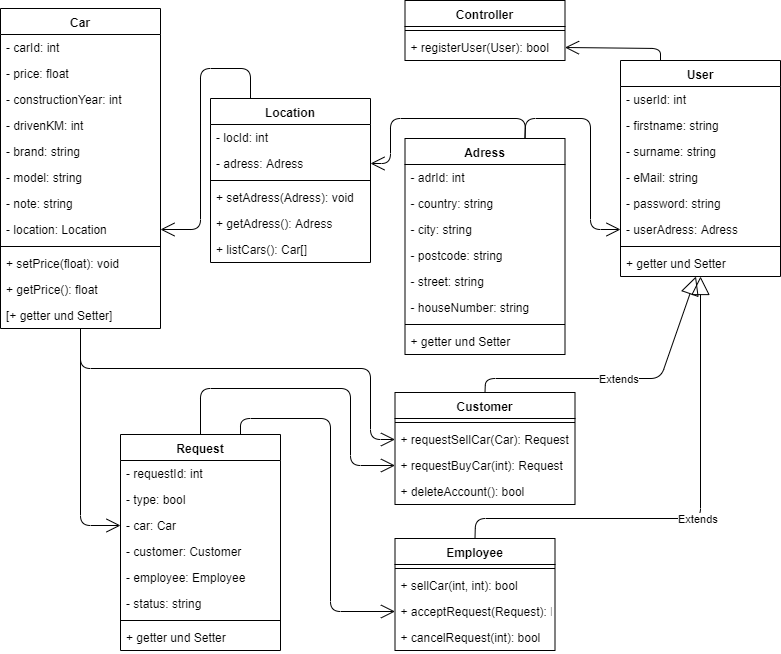
This is readmeFiles/Klassendiagramm.png from fh-erfurt/1234Altwagen, a draw.io export, as it was before one commit. Source tidied: cells renumbered, new cells last; positions are measured from the earlier drawing's top-left corner, leaving out a move shared by most shapes.
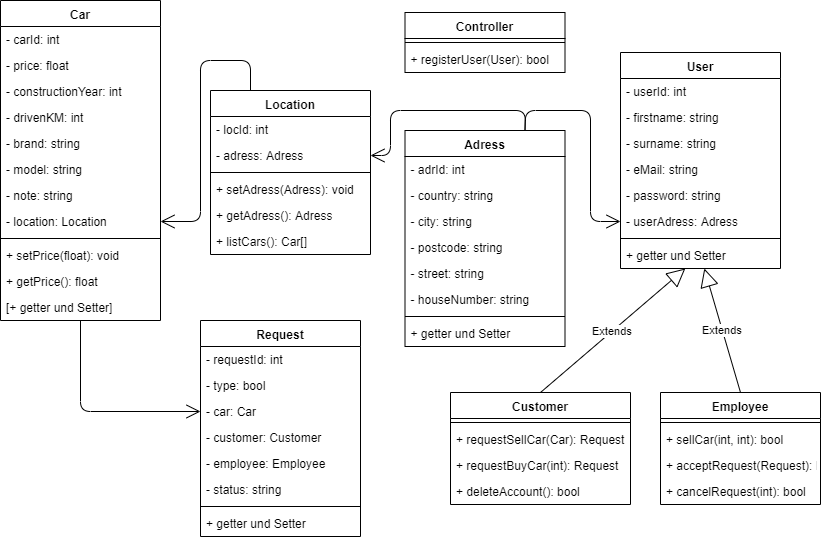
After the commit.

The edit, as a diff of the source:
```diff
@@ -3,7 +3,7 @@
     <mxCell id="0" />
     <mxCell id="1" parent="0" />
     <mxCell id="2" value="Car" style="swimlane;fontStyle=1;align=center;verticalAlign=top;horizontal=1;startSize=26;" parent="1" vertex="1">
-      <mxGeometry y="8" width="160" height="320" as="geometry" />
+      <mxGeometry x="-20" y="-4" width="160" height="320" as="geometry" />
     </mxCell>
     <mxCell id="3" value="- carId: int" style="text;strokeColor=none;fillColor=none;align=left;verticalAlign=top;spacingLeft=4;spacingRight=4;overflow=hidden;" parent="2" vertex="1">
       <mxGeometry y="26" width="160" height="26" as="geometry" />
@@ -42,7 +42,7 @@
       <mxGeometry y="294" width="160" height="26" as="geometry" />
     </mxCell>
     <mxCell id="15" value="User" style="swimlane;fontStyle=1;align=center;verticalAlign=top;horizontal=1;startSize=26;" parent="1" vertex="1">
-      <mxGeometry x="620" y="60" width="160" height="216" as="geometry" />
+      <mxGeometry x="600" y="48" width="160" height="216" as="geometry" />
     </mxCell>
     <mxCell id="16" value="- userId: int" style="text;strokeColor=none;fillColor=none;align=left;verticalAlign=top;spacingLeft=4;spacingRight=4;overflow=hidden;" parent="15" vertex="1">
       <mxGeometry y="26" width="160" height="26" as="geometry" />
@@ -62,14 +62,14 @@
     <mxCell id="21" value="- userAdress: Adress" style="text;strokeColor=none;fillColor=none;align=left;verticalAlign=top;spacingLeft=4;spacingRight=4;overflow=hidden;points=[[0,0.5],[1,0.5]];portConstraint=eastwest;" parent="15" vertex="1">
       <mxGeometry y="156" width="160" height="26" as="geometry" />
     </mxCell>
-    <mxCell id="22" style="line;strokeWidth=1;fillColor=none;align=left;verticalAlign=middle;spacingTop=-1;spacingLeft=3;spacingRight=3;labelPosition=right;" parent="15" vertex="1">
-      <mxGeometry y="182" width="160" height="8" as="geometry" />
-    </mxCell>
-    <mxCell id="23" value="+ getter und Setter" style="text;strokeColor=none;fillColor=none;align=left;verticalAlign=top;spacingLeft=4;spacingRight=4;overflow=hidden;points=[[0,0.5],[1,0.5]];portConstraint=eastwest;" parent="15" vertex="1">
-      <mxGeometry y="190" width="160" height="26" as="geometry" />
-    </mxCell>
+    <mxCell id="72" style="line;strokeWidth=1;fillColor=none;align=left;verticalAlign=middle;spacingTop=-1;spacingLeft=3;spacingRight=3;labelPosition=right;" parent="15" vertex="1">
+      <mxGeometry y="182" width="160" height="8" as="geometry" />
+    </mxCell>
+    <mxCell id="73" value="+ getter und Setter" style="text;strokeColor=none;fillColor=none;align=left;verticalAlign=top;spacingLeft=4;spacingRight=4;overflow=hidden;points=[[0,0.5],[1,0.5]];portConstraint=eastwest;" parent="15" vertex="1">
+      <mxGeometry y="190" width="160" height="26" as="geometry" />
+    </mxCell>
     <mxCell id="24" value="Customer" style="swimlane;fontStyle=1;align=center;verticalAlign=top;horizontal=1;startSize=26;" parent="1" vertex="1">
-      <mxGeometry x="394.5" y="392" width="180" height="112" as="geometry" />
+      <mxGeometry x="430" y="388" width="180" height="112" as="geometry" />
     </mxCell>
     <mxCell id="25" style="line;strokeWidth=1;fillColor=none;align=left;verticalAlign=middle;spacingTop=-1;spacingLeft=3;spacingRight=3;labelPosition=right;" parent="24" vertex="1">
       <mxGeometry y="26" width="180" height="8" as="geometry" />
@@ -84,11 +84,11 @@
       <mxGeometry y="86" width="180" height="26" as="geometry" />
     </mxCell>
     <mxCell id="29" value="Employee" style="swimlane;fontStyle=1;align=center;verticalAlign=top;horizontal=1;startSize=26;" parent="1" vertex="1">
-      <mxGeometry x="394.5" y="538" width="160" height="112" as="geometry" />
+      <mxGeometry x="640" y="388" width="160" height="112" as="geometry" />
     </mxCell>
-    <mxCell id="30" style="line;strokeWidth=1;fillColor=none;align=left;verticalAlign=middle;spacingTop=-1;spacingLeft=3;spacingRight=3;labelPosition=right;" parent="29" vertex="1">
-      <mxGeometry y="26" width="160" height="8" as="geometry" />
-    </mxCell>
+    <mxCell id="74" style="line;strokeWidth=1;fillColor=none;align=left;verticalAlign=middle;spacingTop=-1;spacingLeft=3;spacingRight=3;labelPosition=right;" parent="29" vertex="1">
+      <mxGeometry y="26" width="160" height="8" as="geometry" />
+    </mxCell>
     <mxCell id="31" value="+ sellCar(int, int): bool" style="text;strokeColor=none;fillColor=none;align=left;verticalAlign=top;spacingLeft=4;spacingRight=4;overflow=hidden;" parent="29" vertex="1">
       <mxGeometry y="34" width="160" height="26" as="geometry" />
     </mxCell>
@@ -98,33 +98,23 @@
     <mxCell id="33" value="+ cancelRequest(int): bool" style="text;strokeColor=none;fillColor=none;align=left;verticalAlign=top;spacingLeft=4;spacingRight=4;overflow=hidden;" parent="29" vertex="1">
       <mxGeometry y="86" width="160" height="26" as="geometry" />
     </mxCell>
-    <mxCell id="34" value="Extends" style="endArrow=block;endSize=16;endFill=0;html=1;exitX=0.5;exitY=0;exitDx=0;exitDy=0;" parent="1" edge="1" source="24" target="23">
-      <mxGeometry relative="1" as="geometry">
-        <Array as="points">
-          <mxPoint x="485" y="378" />
-          <mxPoint x="660" y="378" />
-        </Array>
-      </mxGeometry>
-    </mxCell>
-    <mxCell id="35" value="Extends" style="endArrow=block;endSize=16;endFill=0;html=1;exitX=0.5;exitY=0;exitDx=0;exitDy=0;" parent="1" edge="1" source="29" target="23">
-      <mxGeometry relative="1" as="geometry">
-        <Array as="points">
-          <mxPoint x="475" y="518" />
-          <mxPoint x="700" y="518" />
-        </Array>
-      </mxGeometry>
-    </mxCell>
+    <mxCell id="75" value="Extends" style="endArrow=block;endSize=16;endFill=0;html=1;exitX=0.5;exitY=0;exitDx=0;exitDy=0;" parent="1" edge="1" source="24" target="73">
+      <mxGeometry relative="1" as="geometry" />
+    </mxCell>
+    <mxCell id="76" value="Extends" style="endArrow=block;endSize=16;endFill=0;html=1;exitX=0.5;exitY=0;exitDx=0;exitDy=0;" parent="1" edge="1" source="29" target="73">
+      <mxGeometry relative="1" as="geometry" />
+    </mxCell>
     <mxCell id="36" value="Controller" style="swimlane;fontStyle=1;align=center;verticalAlign=top;horizontal=1;startSize=26;" parent="1" vertex="1">
-      <mxGeometry x="404.5" width="160" height="60" as="geometry" />
+      <mxGeometry x="384.5" y="8" width="160" height="60" as="geometry" />
     </mxCell>
-    <mxCell id="37" style="line;strokeWidth=1;fillColor=none;align=left;verticalAlign=middle;spacingTop=-1;spacingLeft=3;spacingRight=3;labelPosition=right;" parent="36" vertex="1">
-      <mxGeometry y="26" width="160" height="8" as="geometry" />
-    </mxCell>
+    <mxCell id="77" style="line;strokeWidth=1;fillColor=none;align=left;verticalAlign=middle;spacingTop=-1;spacingLeft=3;spacingRight=3;labelPosition=right;" parent="36" vertex="1">
+      <mxGeometry y="26" width="160" height="8" as="geometry" />
+    </mxCell>
     <mxCell id="38" value="+ registerUser(User): bool" style="text;strokeColor=none;fillColor=none;align=left;verticalAlign=top;spacingLeft=4;spacingRight=4;overflow=hidden;points=[[0,0.5],[1,0.5]];portConstraint=eastwest;" parent="36" vertex="1">
       <mxGeometry y="34" width="160" height="26" as="geometry" />
     </mxCell>
     <mxCell id="39" value="Adress" style="swimlane;fontStyle=1;align=center;verticalAlign=top;horizontal=1;startSize=26;" parent="1" vertex="1">
-      <mxGeometry x="404.5" y="138" width="160" height="216" as="geometry" />
+      <mxGeometry x="384.5" y="126" width="160" height="216" as="geometry" />
     </mxCell>
     <mxCell id="40" value="- adrId: int" style="text;strokeColor=none;fillColor=none;align=left;verticalAlign=top;spacingLeft=4;spacingRight=4;overflow=hidden;" parent="39" vertex="1">
       <mxGeometry y="26" width="160" height="26" as="geometry" />
@@ -144,14 +134,14 @@
     <mxCell id="45" value="- houseNumber: string" style="text;strokeColor=none;fillColor=none;align=left;verticalAlign=top;spacingLeft=4;spacingRight=4;overflow=hidden;" parent="39" vertex="1">
       <mxGeometry y="156" width="160" height="26" as="geometry" />
     </mxCell>
-    <mxCell id="46" style="line;strokeWidth=1;fillColor=none;align=left;verticalAlign=middle;spacingTop=-1;spacingLeft=3;spacingRight=3;labelPosition=right;" parent="39" vertex="1">
-      <mxGeometry y="182" width="160" height="8" as="geometry" />
-    </mxCell>
-    <mxCell id="47" value="+ getter und Setter" style="text;strokeColor=none;fillColor=none;align=left;verticalAlign=top;spacingLeft=4;spacingRight=4;overflow=hidden;" parent="39" vertex="1">
-      <mxGeometry y="190" width="160" height="26" as="geometry" />
-    </mxCell>
+    <mxCell id="78" style="line;strokeWidth=1;fillColor=none;align=left;verticalAlign=middle;spacingTop=-1;spacingLeft=3;spacingRight=3;labelPosition=right;" parent="39" vertex="1">
+      <mxGeometry y="182" width="160" height="8" as="geometry" />
+    </mxCell>
+    <mxCell id="79" value="+ getter und Setter" style="text;strokeColor=none;fillColor=none;align=left;verticalAlign=top;spacingLeft=4;spacingRight=4;overflow=hidden;" parent="39" vertex="1">
+      <mxGeometry y="190" width="160" height="26" as="geometry" />
+    </mxCell>
     <mxCell id="48" value="Request" style="swimlane;fontStyle=1;align=center;verticalAlign=top;horizontal=1;startSize=26;" parent="1" vertex="1">
-      <mxGeometry x="120" y="434" width="160" height="216" as="geometry" />
+      <mxGeometry x="180" y="316" width="160" height="216" as="geometry" />
     </mxCell>
     <mxCell id="49" value="- requestId: int" style="text;strokeColor=none;fillColor=none;align=left;verticalAlign=top;spacingLeft=4;spacingRight=4;overflow=hidden;" parent="48" vertex="1">
       <mxGeometry y="26" width="160" height="26" as="geometry" />
@@ -171,14 +161,14 @@
     <mxCell id="54" value="- status: string" style="text;strokeColor=none;fillColor=none;align=left;verticalAlign=top;spacingLeft=4;spacingRight=4;overflow=hidden;" parent="48" vertex="1">
       <mxGeometry y="156" width="160" height="26" as="geometry" />
     </mxCell>
-    <mxCell id="55" style="line;strokeWidth=1;fillColor=none;align=left;verticalAlign=middle;spacingTop=-1;spacingLeft=3;spacingRight=3;labelPosition=right;" parent="48" vertex="1">
-      <mxGeometry y="182" width="160" height="8" as="geometry" />
-    </mxCell>
-    <mxCell id="56" value="+ getter und Setter" style="text;strokeColor=none;fillColor=none;align=left;verticalAlign=top;spacingLeft=4;spacingRight=4;overflow=hidden;" parent="48" vertex="1">
-      <mxGeometry y="190" width="160" height="26" as="geometry" />
-    </mxCell>
+    <mxCell id="80" style="line;strokeWidth=1;fillColor=none;align=left;verticalAlign=middle;spacingTop=-1;spacingLeft=3;spacingRight=3;labelPosition=right;" parent="48" vertex="1">
+      <mxGeometry y="182" width="160" height="8" as="geometry" />
+    </mxCell>
+    <mxCell id="81" value="+ getter und Setter" style="text;strokeColor=none;fillColor=none;align=left;verticalAlign=top;spacingLeft=4;spacingRight=4;overflow=hidden;" parent="48" vertex="1">
+      <mxGeometry y="190" width="160" height="26" as="geometry" />
+    </mxCell>
     <mxCell id="57" value="Location" style="swimlane;fontStyle=1;align=center;verticalAlign=top;horizontal=1;startSize=26;" parent="1" vertex="1">
-      <mxGeometry x="210" y="98" width="160" height="164" as="geometry" />
+      <mxGeometry x="190" y="86" width="160" height="164" as="geometry" />
     </mxCell>
     <mxCell id="58" value="- locId: int" style="text;strokeColor=none;fillColor=none;align=left;verticalAlign=top;spacingLeft=4;spacingRight=4;overflow=hidden;" parent="57" vertex="1">
       <mxGeometry y="26" width="160" height="26" as="geometry" />
@@ -201,71 +191,36 @@
     <mxCell id="64" style="endArrow=open;endFill=1;endSize=12;html=1;entryX=1;entryY=0.5;entryDx=0;entryDy=0;exitX=0.25;exitY=0;exitDx=0;exitDy=0;" parent="1" edge="1" source="57" target="10">
       <mxGeometry relative="1" as="geometry">
         <Array as="points">
-          <mxPoint x="250" y="68" />
-          <mxPoint x="200" y="68" />
-          <mxPoint x="200" y="229" />
+          <mxPoint x="230" y="56" />
+          <mxPoint x="180" y="56" />
+          <mxPoint x="180" y="217" />
         </Array>
       </mxGeometry>
     </mxCell>
     <mxCell id="65" style="endArrow=open;endFill=1;endSize=12;html=1;entryX=1;entryY=0.5;entryDx=0;entryDy=0;exitX=0.75;exitY=0;exitDx=0;exitDy=0;" parent="1" edge="1" source="39" target="59">
       <mxGeometry relative="1" as="geometry">
         <Array as="points">
-          <mxPoint x="525" y="118" />
-          <mxPoint x="390" y="118" />
-          <mxPoint x="390" y="163" />
+          <mxPoint x="505" y="106" />
+          <mxPoint x="370" y="106" />
+          <mxPoint x="370" y="151" />
         </Array>
       </mxGeometry>
     </mxCell>
-    <mxCell id="66" style="endArrow=open;endFill=1;endSize=12;html=1;entryX=1;entryY=0.5;entryDx=0;entryDy=0;" parent="1" edge="1" target="38">
-      <mxGeometry relative="1" as="geometry">
-        <mxPoint x="660" y="60" as="sourcePoint" />
-        <Array as="points">
-          <mxPoint x="660" y="48" />
-        </Array>
-      </mxGeometry>
-    </mxCell>
     <mxCell id="67" style="endArrow=open;endFill=1;endSize=12;html=1;entryX=0;entryY=0.5;entryDx=0;entryDy=0;exitX=0.75;exitY=0;exitDx=0;exitDy=0;" parent="1" edge="1" source="39" target="21">
       <mxGeometry relative="1" as="geometry">
         <Array as="points">
-          <mxPoint x="525" y="118" />
-          <mxPoint x="590" y="118" />
-          <mxPoint x="590" y="229" />
+          <mxPoint x="505" y="106" />
+          <mxPoint x="570" y="106" />
+          <mxPoint x="570" y="217" />
         </Array>
       </mxGeometry>
     </mxCell>
-    <mxCell id="68" style="endArrow=open;endFill=1;endSize=12;html=1;entryX=0;entryY=0.5;entryDx=0;entryDy=0;exitX=0.5;exitY=0;exitDx=0;exitDy=0;" parent="1" edge="1" source="48" target="27">
-      <mxGeometry relative="1" as="geometry">
-        <Array as="points">
-          <mxPoint x="200" y="388" />
-          <mxPoint x="350" y="388" />
-          <mxPoint x="350" y="465" />
-        </Array>
-      </mxGeometry>
-    </mxCell>
-    <mxCell id="69" style="endArrow=open;endFill=1;endSize=12;html=1;entryX=0;entryY=0.5;entryDx=0;entryDy=0;exitX=0.75;exitY=0;exitDx=0;exitDy=0;" parent="1" edge="1" source="48" target="32">
-      <mxGeometry relative="1" as="geometry">
-        <Array as="points">
-          <mxPoint x="240" y="418" />
-          <mxPoint x="330" y="418" />
-          <mxPoint x="330" y="611" />
-        </Array>
-      </mxGeometry>
-    </mxCell>
     <mxCell id="70" style="endArrow=open;endFill=1;endSize=12;html=1;entryX=0;entryY=0.5;entryDx=0;entryDy=0;" parent="1" edge="1" source="14" target="51">
       <mxGeometry relative="1" as="geometry">
         <Array as="points">
-          <mxPoint x="80" y="525" />
+          <mxPoint x="60" y="407" />
         </Array>
       </mxGeometry>
     </mxCell>
-    <mxCell id="71" style="endArrow=open;endFill=1;endSize=12;html=1;entryX=0;entryY=0.5;entryDx=0;entryDy=0;" parent="1" edge="1" source="14" target="26">
-      <mxGeometry relative="1" as="geometry">
-        <Array as="points">
-          <mxPoint x="80" y="368" />
-          <mxPoint x="370" y="368" />
-          <mxPoint x="370" y="439" />
-        </Array>
-      </mxGeometry>
-    </mxCell>
   </root>
 </mxGraphModel>
```
